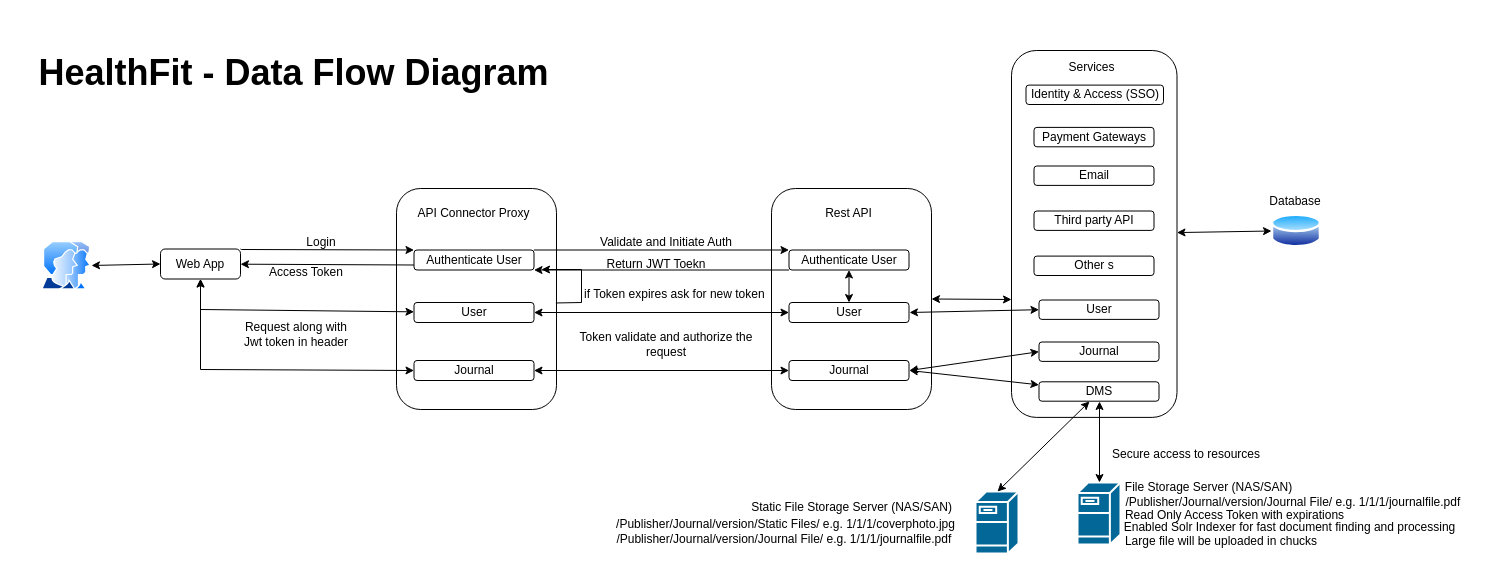
The draw.io diagram Requirement Documents/HealthFit - Data Flow and Component Interaction.drawio in vishalbajad/HealthFit, before the edit. Source tidied: cells renumbered, new cells numbered last; positions are measured from the earlier drawing's top-left corner, leaving out a move shared by most shapes. Both pictures are drawn from the tidied source at 100%, with x=0, y=0 at pixel (16, 39).
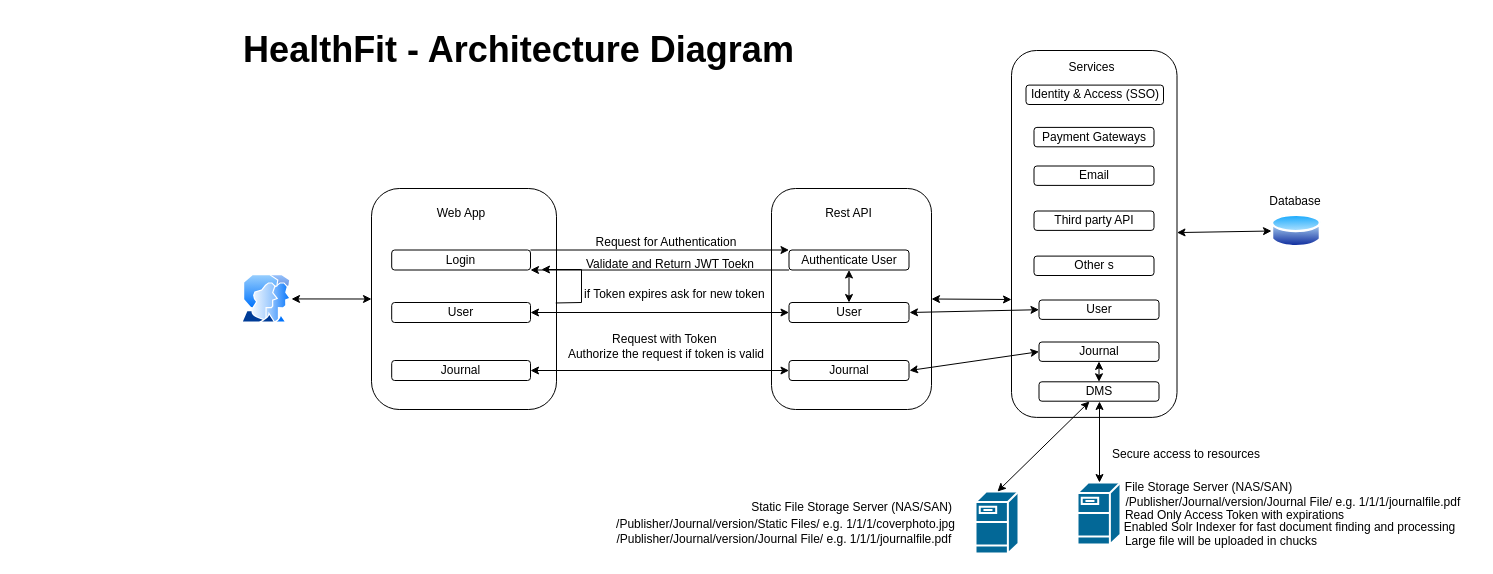
The same diagram, later.

Unchanged cells that the change refers to:
```xml
<mxCell id="56" value="Journal" style="rounded=1;whiteSpace=wrap;html=1;" parent="1" vertex="1">
  <mxGeometry x="1022.5" y="302.5" width="120" height="19.4" as="geometry" />
</mxCell>
<mxCell id="57" value="DMS" style="rounded=1;whiteSpace=wrap;html=1;" parent="1" vertex="1">
  <mxGeometry x="1022.5" y="342.3" width="120" height="19.4" as="geometry" />
</mxCell>
```

The edit, as a diff of the source:
```diff
@@
-    <mxCell id="3" value="Web App" style="rounded=1;whiteSpace=wrap;html=1;" parent="1" vertex="1">
-      <mxGeometry x="144" y="209.5" width="80" height="30" as="geometry" />
-    </mxCell>
-    <mxCell id="4" value="Login" style="text;html=1;strokeColor=none;fillColor=none;align=center;verticalAlign=middle;whiteSpace=wrap;rounded=0;" parent="1" vertex="1">
-      <mxGeometry x="275" y="188" width="60" height="30" as="geometry" />
-    </mxCell>
-    <mxCell id="5" value="Validate and Initiate Auth" style="text;html=1;strokeColor=none;fillColor=none;align=center;verticalAlign=middle;whiteSpace=wrap;rounded=0;" parent="1" vertex="1">
+    <mxCell id="5" value="Request for Authentication" style="text;html=1;strokeColor=none;fillColor=none;align=center;verticalAlign=middle;whiteSpace=wrap;rounded=0;" parent="1" vertex="1">
       <mxGeometry x="575" y="188" width="150" height="30" as="geometry" />
     </mxCell>
     <mxCell id="6" style="group;" parent="1" vertex="1">
-      <mxGeometry x="380" y="149" width="160" height="221" as="geometry" />
+      <mxGeometry x="355" y="149" width="185" height="221" as="geometry" />
     </mxCell>
     <mxCell id="7" style="rounded=1;whiteSpace=wrap;html=1;" parent="6" vertex="1">
-      <mxGeometry width="160" height="221" as="geometry" />
+      <mxGeometry width="185" height="221" as="geometry" />
     </mxCell>
-    <mxCell id="8" value="Authenticate User" style="rounded=1;whiteSpace=wrap;html=1;" parent="6" vertex="1">
-      <mxGeometry x="17.5" y="61.5" width="120" height="20" as="geometry" />
+    <mxCell id="8" value="Login" style="rounded=1;whiteSpace=wrap;html=1;" parent="6" vertex="1">
+      <mxGeometry x="20.2" y="61.5" width="138.8" height="20" as="geometry" />
     </mxCell>
     <mxCell id="9" value="User" style="rounded=1;whiteSpace=wrap;html=1;" parent="6" vertex="1">
-      <mxGeometry x="17.5" y="114" width="120" height="20" as="geometry" />
+      <mxGeometry x="20.2" y="114" width="138.8" height="20" as="geometry" />
     </mxCell>
     <mxCell id="10" value="Journal" style="rounded=1;whiteSpace=wrap;html=1;" parent="6" vertex="1">
-      <mxGeometry x="17.5" y="172" width="120" height="20" as="geometry" />
+      <mxGeometry x="20.2" y="172" width="138.8" height="20" as="geometry" />
     </mxCell>
-    <mxCell id="11" value="API Connector Proxy" style="text;html=1;strokeColor=none;fillColor=none;align=center;verticalAlign=middle;whiteSpace=wrap;rounded=0;" parent="6" vertex="1">
-      <mxGeometry x="10" y="10" width="135" height="30" as="geometry" />
+    <mxCell id="11" value="Web App" style="text;html=1;strokeColor=none;fillColor=none;align=center;verticalAlign=middle;whiteSpace=wrap;rounded=0;" parent="6" vertex="1">
+      <mxGeometry x="11.6" y="10" width="156.1" height="30" as="geometry" />
     </mxCell>
-    <mxCell id="12" value="Return JWT Toekn" style="text;html=1;strokeColor=none;fillColor=none;align=center;verticalAlign=middle;whiteSpace=wrap;rounded=0;" parent="1" vertex="1">
-      <mxGeometry x="585" y="209.5" width="110" height="30" as="geometry" />
+    <mxCell id="12" value="Validate and Return JWT Toekn" style="text;html=1;strokeColor=none;fillColor=none;align=center;verticalAlign=middle;whiteSpace=wrap;rounded=0;" parent="1" vertex="1">
+      <mxGeometry x="564" y="209.5" width="180" height="30" as="geometry" />
     </mxCell>
-    <mxCell id="13" value="Access Token" style="text;html=1;strokeColor=none;fillColor=none;align=center;verticalAlign=middle;whiteSpace=wrap;rounded=0;" parent="1" vertex="1">
-      <mxGeometry x="235" y="218" width="110" height="30" as="geometry" />
-    </mxCell>
-    <mxCell id="14" value="Request along with Jwt token in header" style="text;html=1;strokeColor=none;fillColor=none;align=center;verticalAlign=middle;whiteSpace=wrap;rounded=0;" parent="1" vertex="1">
-      <mxGeometry x="225" y="280" width="110" height="30" as="geometry" />
-    </mxCell>
@@
-    <mxCell id="22" style="endArrow=classic;html=1;rounded=0;exitX=1;exitY=0;exitDx=0;exitDy=0;entryX=0;entryY=0;entryDx=0;entryDy=0;" parent="1" edge="1" source="3" target="8">
-      <mxGeometry relative="1" as="geometry">
-        <Array as="points">
-          <mxPoint x="225" y="210" />
-        </Array>
-      </mxGeometry>
-    </mxCell>
@@
-    <mxCell id="25" style="endArrow=classic;html=1;rounded=0;exitX=0;exitY=0.75;exitDx=0;exitDy=0;" parent="1" edge="1" source="8" target="3">
-      <mxGeometry relative="1" as="geometry" />
-    </mxCell>
-    <mxCell id="26" style="endArrow=classic;startArrow=classic;html=1;rounded=0;exitX=0.5;exitY=1;exitDx=0;exitDy=0;" parent="1" edge="1" source="3" target="9">
-      <mxGeometry relative="1" as="geometry">
-        <Array as="points">
-          <mxPoint x="184" y="270" />
-        </Array>
-      </mxGeometry>
-    </mxCell>
-    <mxCell id="27" style="endArrow=classic;startArrow=classic;html=1;rounded=0;exitX=0.5;exitY=1;exitDx=0;exitDy=0;entryX=0;entryY=0.5;entryDx=0;entryDy=0;" parent="1" edge="1" source="3" target="10">
-      <mxGeometry relative="1" as="geometry">
-        <Array as="points">
-          <mxPoint x="184" y="330" />
-        </Array>
-      </mxGeometry>
-    </mxCell>
@@
-    <mxCell id="30" value="Token validate and authorize the request" style="text;html=1;strokeColor=none;fillColor=none;align=center;verticalAlign=middle;whiteSpace=wrap;rounded=0;" parent="1" vertex="1">
-      <mxGeometry x="555" y="290" width="190" height="30" as="geometry" />
+    <mxCell id="30" value="Request with Token&amp;nbsp;&lt;br&gt;Authorize the request if token is valid" style="text;html=1;strokeColor=none;fillColor=none;align=center;verticalAlign=middle;whiteSpace=wrap;rounded=0;" parent="1" vertex="1">
+      <mxGeometry x="540" y="291.8" width="220" height="30" as="geometry" />
     </mxCell>
@@
-    <mxCell id="37" style="endArrow=classic;startArrow=classic;html=1;rounded=0;entryX=0;entryY=0.5;entryDx=0;entryDy=0;" parent="1" edge="1" source="38" target="3">
+    <mxCell id="37" style="endArrow=classic;startArrow=classic;html=1;rounded=0;entryX=0;entryY=0.5;entryDx=0;entryDy=0;" parent="1" edge="1" source="38" target="7">
       <mxGeometry relative="1" as="geometry" />
     </mxCell>
     <mxCell id="38" style="image;perimeter=ellipsePerimeter;html=1;align=center;shadow=0;dashed=0;spacingTop=3;image=img/lib/active_directory/user_accounts.svg;" parent="1" vertex="1">
-      <mxGeometry x="25" y="202" width="50" height="48.5" as="geometry" />
+      <mxGeometry x="225" y="235.2" width="50" height="48.5" as="geometry" />
     </mxCell>
@@
-    <mxCell id="40" value="&lt;font style=&quot;font-size: 36px;&quot;&gt;HealthFit - Data Flow Diagram&lt;/font&gt;" style="text;html=1;strokeColor=none;fillColor=none;align=center;verticalAlign=middle;whiteSpace=wrap;rounded=0;fontStyle=1;" parent="1" vertex="1">
-      <mxGeometry x="0.1" width="554.9" height="65" as="geometry" />
+    <mxCell id="40" value="&lt;font style=&quot;font-size: 36px;&quot;&gt;HealthFit - Architecture&amp;nbsp;Diagram&lt;/font&gt;" style="text;html=1;strokeColor=none;fillColor=none;align=center;verticalAlign=middle;whiteSpace=wrap;rounded=0;fontStyle=1;" parent="1" vertex="1">
+      <mxGeometry x="225" y="-22.7" width="554.9" height="65" as="geometry" />
     </mxCell>
@@
-    <mxCell id="61" style="endArrow=classic;startArrow=classic;html=1;rounded=0;exitX=1;exitY=0.5;exitDx=0;exitDy=0;" parent="1" edge="1" target="57">
-      <mxGeometry relative="1" as="geometry">
-        <mxPoint x="893" y="331" as="sourcePoint" />
-      </mxGeometry>
+    <mxCell id="61" style="endArrow=classic;startArrow=classic;html=1;rounded=0;exitX=0.5;exitY=1;exitDx=0;exitDy=0;" parent="1" edge="1" source="56" target="57">
+      <mxGeometry relative="1" as="geometry" />
     </mxCell>
```
